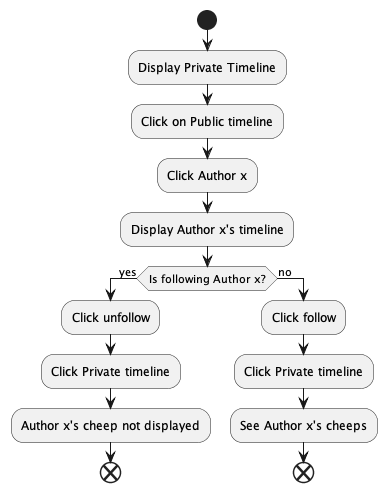
This is docs/diagrams/ActivityDiagramFollowAuthor.png from ITU-BDSA23-GROUP9/Chirp, a PlantUML export, as it was before one commit.
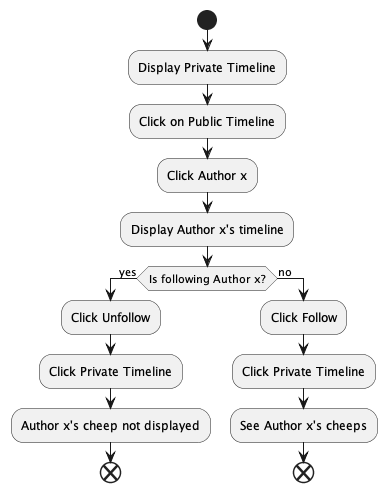
Above is the later version.

Commit message:
Fix spelling mistakes in FollowAuthor diagram

What changed in the source:
```diff
@@ -1,17 +1,17 @@
 @startuml
 start
 :Display Private Timeline;
-:Click on Public timeline;
+:Click on Public Timeline;
 :Click Author x;
 :Display Author x's timeline;
 if (Is following Author x?) then (yes)
-    :Click unfollow;
-    :Click Private timeline;
+    :Click Unfollow;
+    :Click Private Timeline;
     :Author x's cheep not displayed;
     end
 else (no)
-    :Click follow;
-    :Click Private timeline;
+    :Click Follow;
+    :Click Private Timeline;
     :See Author x's cheeps;
     end
 endif
```
